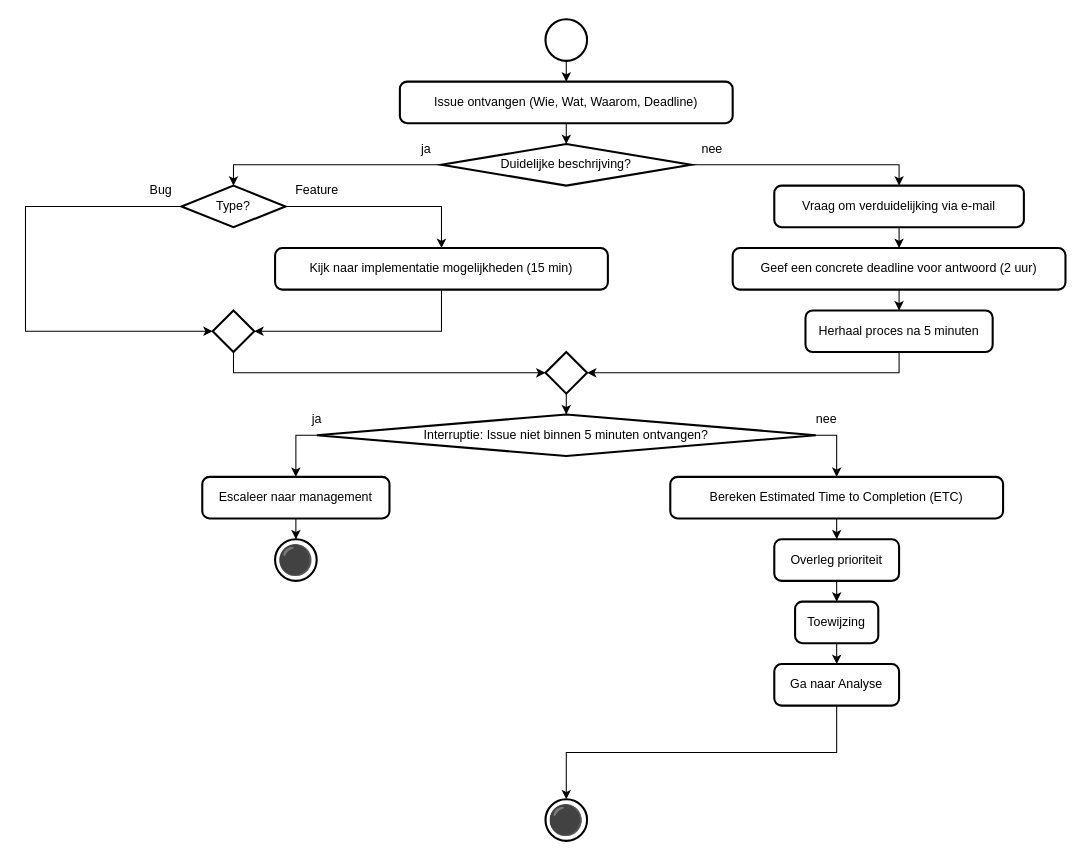
Earlier version of the draw.io diagram 1 Issue Tracker intake.drawio (Zaibatsu89/IssueTracker). Source tidied: cells renumbered, new cells numbered last; positions are measured from the earlier drawing's top-left corner, leaving out a move shared by most shapes. Both pictures are drawn from the tidied source at 104%, with x=0, y=0 at pixel (25, 19).
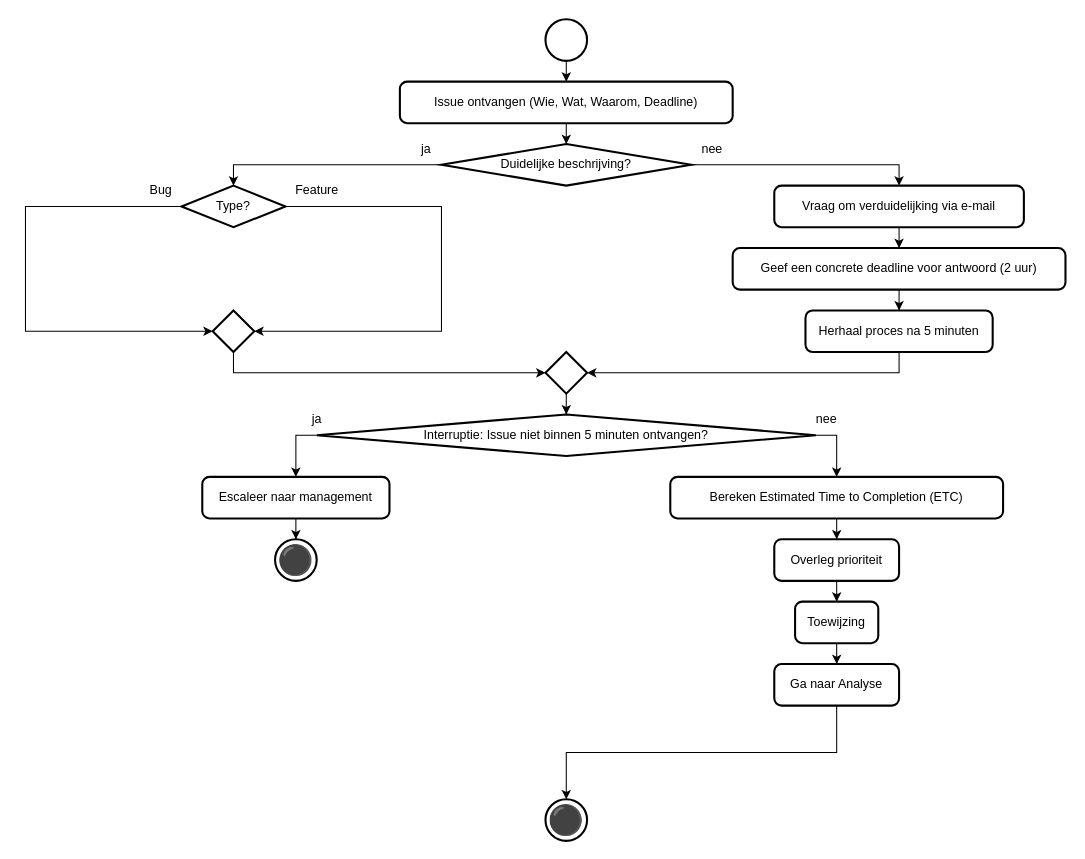
The same page after the edit.

Commit message:
'Kijk naar implementatie mogelijkheden (15 min)' weghalen

The change refers to these unchanged cells:
```xml
<mxCell id="16" value="Type?" style="strokeWidth=2;html=1;shape=mxgraph.flowchart.decision;whiteSpace=wrap;" parent="1" vertex="1">
  <mxGeometry x="150" y="160" width="100" height="40" as="geometry" />
</mxCell>
<mxCell id="22" style="strokeWidth=2;html=1;shape=mxgraph.flowchart.decision;whiteSpace=wrap;" parent="1" vertex="1">
  <mxGeometry x="180" y="280" width="40" height="40" as="geometry" />
</mxCell>
```

Change to the diagram source:
```diff
@@
-    <mxCell id="14" style="edgeStyle=orthogonalEdgeStyle;rounded=0;jettySize=auto;html=1;exitX=1;exitY=0.5;exitDx=0;exitDy=0;exitPerimeter=0;entryX=0.5;entryY=0;entryDx=0;entryDy=0;" parent="1" edge="1" source="16" target="19">
-      <mxGeometry relative="1" as="geometry" />
+    <mxCell id="14" style="edgeStyle=orthogonalEdgeStyle;rounded=0;jettySize=auto;html=1;exitX=1;exitY=0.5;exitDx=0;exitDy=0;exitPerimeter=0;entryX=1;entryY=0.5;entryDx=0;entryDy=0;entryPerimeter=0;" parent="1" edge="1" source="16" target="22">
+      <mxGeometry relative="1" as="geometry">
+        <Array as="points">
+          <mxPoint x="400" y="180" />
+          <mxPoint x="400" y="300" />
+        </Array>
+      </mxGeometry>
     </mxCell>
@@
-    <mxCell id="19" value="Kijk naar implementatie mogelijkheden (15 min)" style="rounded=1;whiteSpace=wrap;html=1;absoluteArcSize=1;arcSize=14;strokeWidth=2;" parent="1" vertex="1">
-      <mxGeometry x="240" y="220" width="320" height="40" as="geometry" />
-    </mxCell>
@@
-    <mxCell id="23" style="edgeStyle=orthogonalEdgeStyle;rounded=0;jettySize=auto;html=1;exitX=0.5;exitY=1;exitDx=0;exitDy=0;entryX=1;entryY=0.5;entryDx=0;entryDy=0;entryPerimeter=0;" parent="1" edge="1" source="19" target="22">
-      <mxGeometry relative="1" as="geometry" />
-    </mxCell>
```
